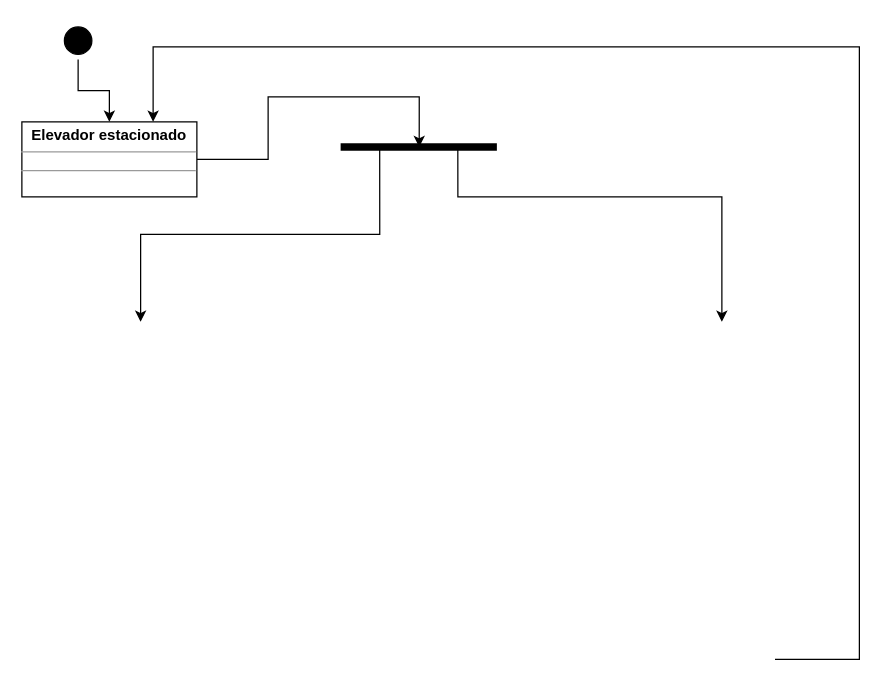
Before: Exercício 09 - Diagrama de Estado.drawio in bruniculos08/AMS0001, a draw.io diagram. Source tidied: cells renumbered, new cells numbered last; positions are measured from the earlier drawing's top-left corner, leaving out a move shared by most shapes. Both pictures are drawn from the tidied source at 125%, with x=0, y=0 at pixel (21, 21).
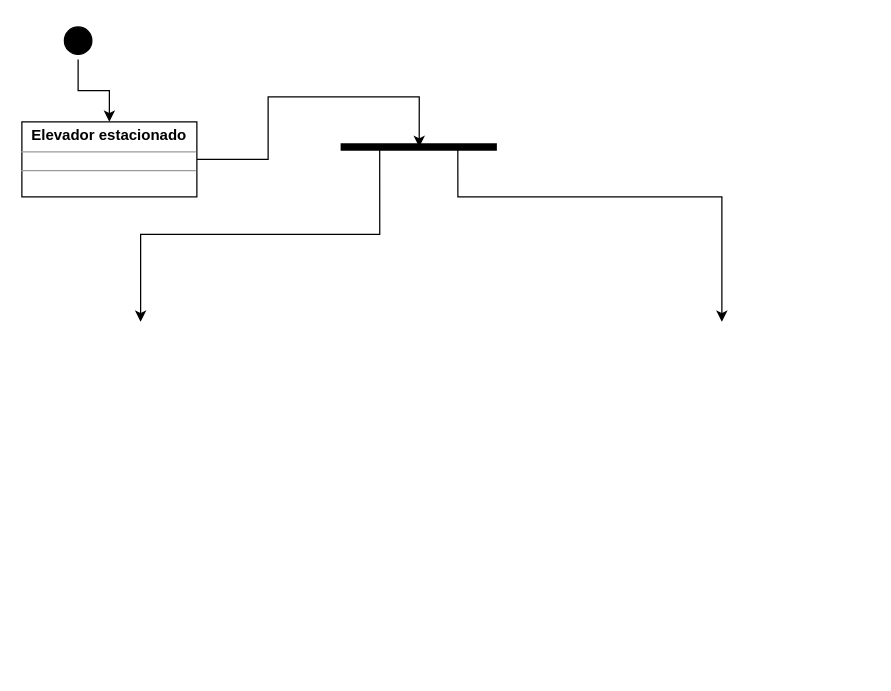
After the change.

What changed in the source:
```diff
@@
 <mxGraphModel>
   <root>
     <mxCell id="0" />
     <mxCell id="1" parent="0" />
     <mxCell id="2" style="edgeStyle=orthogonalEdgeStyle;rounded=0;jettySize=auto;html=1;exitX=0.5;exitY=1;exitDx=0;exitDy=0;entryX=0.5;entryY=0;entryDx=0;entryDy=0;" parent="1" edge="1" source="3" target="8">
       <mxGeometry relative="1" as="geometry" />
     </mxCell>
     <mxCell id="3" style="ellipse;html=1;shape=startState;fillColor=#000000;strokeColor=#000000;" parent="1" vertex="1">
       <mxGeometry x="30" width="30" height="30" as="geometry" />
     </mxCell>
     <mxCell id="4" style="edgeStyle=orthogonalEdgeStyle;rounded=0;jettySize=auto;html=1;exitX=0.25;exitY=0.5;exitDx=0;exitDy=0;exitPerimeter=0;entryX=0.5;entryY=0;entryDx=0;entryDy=0;" parent="1" edge="1" source="6">
       <mxGeometry relative="1" as="geometry">
         <mxPoint x="95" y="240" as="targetPoint" />
         <Array as="points">
           <mxPoint x="286" y="170" />
           <mxPoint x="95" y="170" />
         </Array>
       </mxGeometry>
     </mxCell>
     <mxCell id="5" style="edgeStyle=orthogonalEdgeStyle;rounded=0;jettySize=auto;html=1;exitX=0.75;exitY=0.5;exitDx=0;exitDy=0;exitPerimeter=0;" parent="1" edge="1" source="6">
       <mxGeometry relative="1" as="geometry">
         <mxPoint x="560" y="240" as="targetPoint" />
         <Array as="points">
           <mxPoint x="349" y="140" />
           <mxPoint x="560" y="140" />
         </Array>
       </mxGeometry>
     </mxCell>
     <mxCell id="6" style="shape=line;html=1;strokeWidth=6;strokeColor=#000000;" parent="1" vertex="1">
       <mxGeometry x="255" y="95" width="125" height="10" as="geometry" />
     </mxCell>
     <mxCell id="7" style="edgeStyle=orthogonalEdgeStyle;rounded=0;jettySize=auto;html=1;exitX=1;exitY=0.5;exitDx=0;exitDy=0;entryX=0.503;entryY=0.512;entryDx=0;entryDy=0;entryPerimeter=0;" parent="1" edge="1" source="8" target="6">
       <mxGeometry relative="1" as="geometry">
         <Array as="points">
           <mxPoint x="197" y="110" />
           <mxPoint x="197" y="60" />
           <mxPoint x="318" y="60" />
         </Array>
       </mxGeometry>
     </mxCell>
     <mxCell id="8" value="&lt;p style=&quot;margin: 0px ; margin-top: 4px ; text-align: center&quot;&gt;&lt;b&gt;Elevador estacionado&lt;/b&gt;&lt;/p&gt;&lt;hr size=&quot;1&quot;&gt;&lt;div style=&quot;height: 2px&quot;&gt;&lt;/div&gt;&lt;hr size=&quot;1&quot;&gt;&lt;div style=&quot;height: 2px&quot;&gt;&lt;/div&gt;" style="verticalAlign=top;align=left;overflow=fill;fontSize=12;fontFamily=Helvetica;html=1;strokeColor=#000000;" parent="1" vertex="1">
       <mxGeometry y="80" width="140" height="60" as="geometry" />
     </mxCell>
-    <mxCell id="9" style="edgeStyle=orthogonalEdgeStyle;rounded=0;jettySize=auto;html=1;exitX=1;exitY=0.5;exitDx=0;exitDy=0;entryX=0.75;entryY=0;entryDx=0;entryDy=0;" parent="1" edge="1" target="8">
-      <mxGeometry relative="1" as="geometry">
-        <mxPoint x="602.5" y="510" as="sourcePoint" />
-        <Array as="points">
-          <mxPoint x="670" y="510" />
-          <mxPoint x="670" y="20" />
-          <mxPoint x="105" y="20" />
-        </Array>
-      </mxGeometry>
-    </mxCell>
   </root>
 </mxGraphModel>
```
